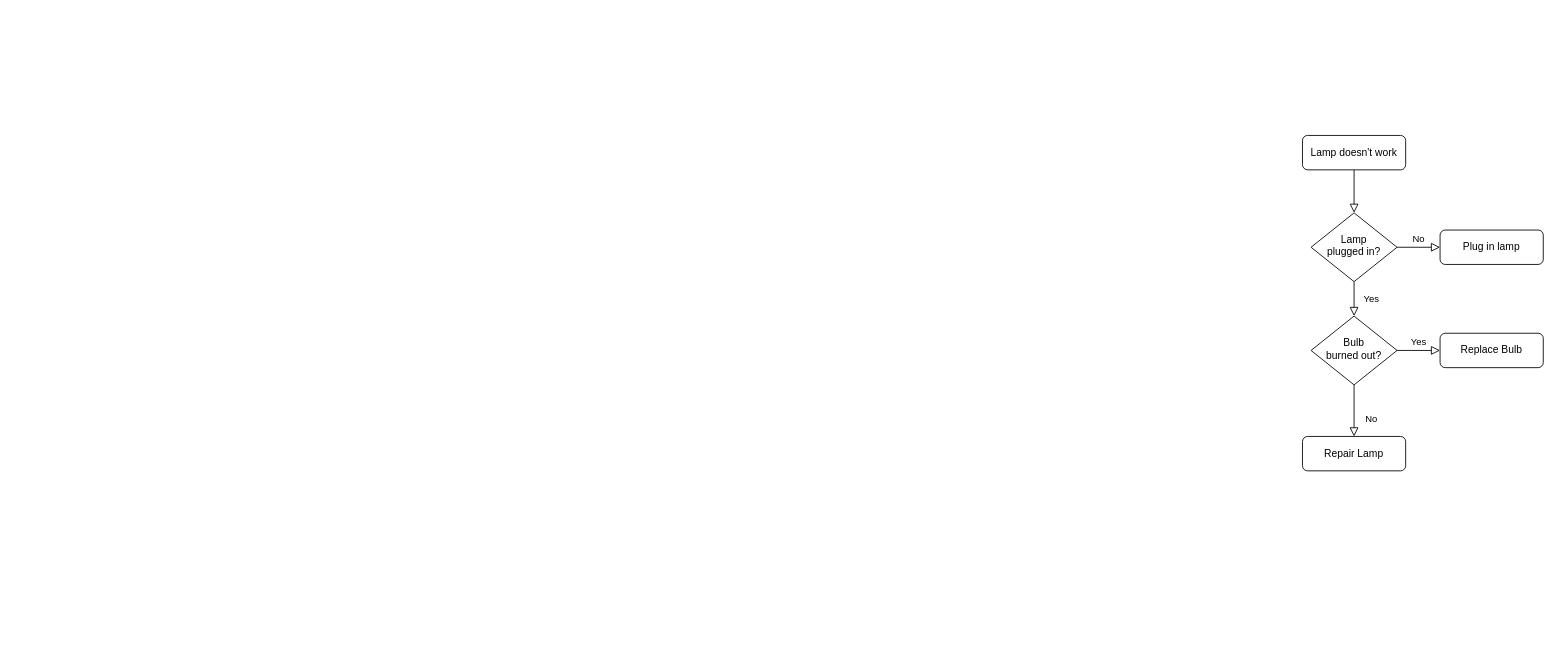
The draw.io diagram VirtuallyPrivate.drawio in 0xToxey/VirtuallyPrivate, before the edit. Source tidied: cells renumbered, new cells numbered last; positions are measured from the earlier drawing's top-left corner, leaving out a move shared by most shapes. Both pictures are drawn from the tidied source at 86%, with x=0, y=0 at pixel (1302, 135). Pictures stored in the file or linked from it are replaced by grey dashed boxes.
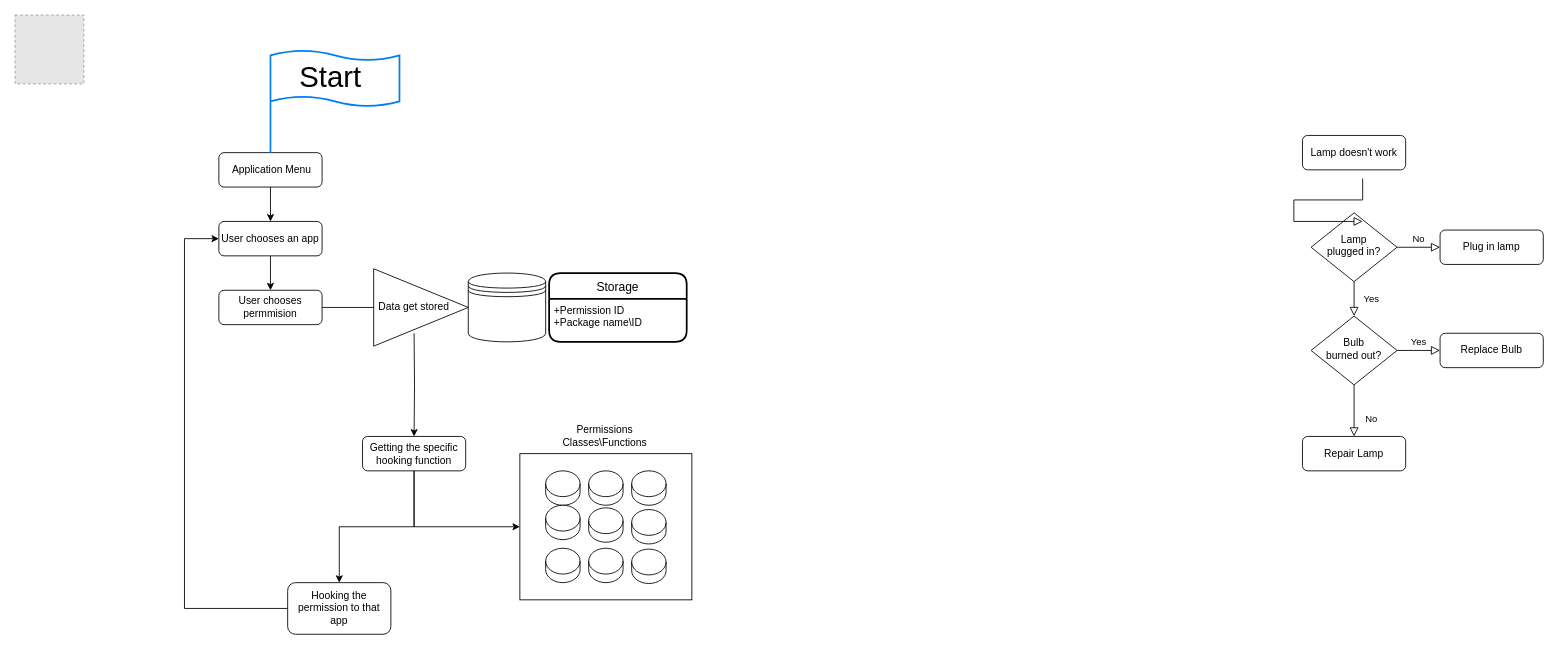
The same page after the edit.

Commit message:
Updated the Simplified FlowChart

Unchanged cells that the change refers to:
```xml
<mxCell id="3" value="Lamp doesn't work" style="rounded=1;whiteSpace=wrap;html=1;fontSize=12;glass=0;strokeWidth=1;shadow=0;" parent="1" vertex="1">
  <mxGeometry width="120" height="40" as="geometry" />
</mxCell>
<mxCell id="6" value="Lamp&lt;br&gt;plugged in?" style="rhombus;whiteSpace=wrap;html=1;shadow=0;fontFamily=Helvetica;fontSize=12;align=center;strokeWidth=1;spacing=6;spacingTop=-4;" parent="1" vertex="1">
  <mxGeometry x="10" y="90" width="100" height="80" as="geometry" />
</mxCell>
```

Change to the diagram source:
```diff
@@
-    <mxCell id="2" style="rounded=0;html=1;jettySize=auto;fontSize=11;endArrow=block;endFill=0;endSize=8;strokeWidth=1;shadow=0;labelBackgroundColor=none;edgeStyle=orthogonalEdgeStyle;" parent="1" edge="1" source="3" target="6">
-      <mxGeometry relative="1" as="geometry" />
-    </mxCell>
@@
+    <mxCell id="13" style="edgeStyle=orthogonalEdgeStyle;rounded=0;jettySize=auto;html=1;" parent="1" edge="1" source="14" target="18">
+      <mxGeometry relative="1" as="geometry" />
+    </mxCell>
+    <mxCell id="14" value="&amp;nbsp;Application Menu" style="rounded=1;whiteSpace=wrap;html=1;fontSize=12;glass=0;strokeWidth=1;shadow=0;" parent="1" vertex="1">
+      <mxGeometry x="-1260" y="20" width="120" height="40" as="geometry" />
+    </mxCell>
+    <mxCell id="15" style="fillColor=#E6E6E6;strokeColor=#999999;dashed=1;html=1;verticalAlign=top;verticalLabelPosition=bottom;labelBackgroundColor=#ffffff;" parent="1" vertex="1">
+      <mxGeometry x="-1497" y="-140" width="80" height="80" as="geometry" />
+    </mxCell>
+    <mxCell id="16" style="rounded=0;html=1;jettySize=auto;orthogonalLoop=1;fontSize=11;endArrow=block;endFill=0;endSize=8;strokeWidth=1;shadow=0;labelBackgroundColor=none;edgeStyle=orthogonalEdgeStyle;" parent="1" edge="1">
+      <mxGeometry relative="1" as="geometry">
+        <mxPoint x="70" y="50" as="sourcePoint" />
+        <mxPoint x="70" y="100" as="targetPoint" />
+        <Array as="points">
+          <mxPoint x="70" y="75" />
+          <mxPoint x="-10" y="75" />
+          <mxPoint x="-10" y="100" />
+        </Array>
+      </mxGeometry>
+    </mxCell>
+    <mxCell id="17" style="edgeStyle=orthogonalEdgeStyle;rounded=0;jettySize=auto;html=1;" parent="1" edge="1" source="18" target="19">
+      <mxGeometry relative="1" as="geometry" />
+    </mxCell>
+    <mxCell id="18" value="User chooses an app" style="whiteSpace=wrap;html=1;rounded=1;shadow=0;strokeWidth=1;glass=0;" parent="1" vertex="1">
+      <mxGeometry x="-1260" y="100" width="120" height="40" as="geometry" />
+    </mxCell>
+    <mxCell id="19" value="User chooses permmision" style="whiteSpace=wrap;html=1;rounded=1;shadow=0;strokeWidth=1;glass=0;" parent="1" vertex="1">
+      <mxGeometry x="-1260" y="180" width="120" height="40" as="geometry" />
+    </mxCell>
+    <mxCell id="20" style="group;" parent="1" vertex="1">
+      <mxGeometry x="-970" y="160" width="254" height="80" as="geometry" />
+    </mxCell>
+    <mxCell id="21" style="shape=datastore;whiteSpace=wrap;html=1;" parent="20" vertex="1">
+      <mxGeometry width="90" height="80" as="geometry" />
+    </mxCell>
+    <mxCell id="22" value="Storage" style="swimlane;horizontal=1;startSize=30;rounded=1;fontSize=14;fontStyle=0;strokeWidth=2;shadow=0;dashed=0;align=center;" parent="20" vertex="1">
+      <mxGeometry x="94" width="160" height="80" as="geometry" />
+    </mxCell>
+    <mxCell id="23" value="+Permission ID&#10;+Package name\ID&#10;" style="align=left;strokeColor=none;fillColor=none;spacingLeft=4;fontSize=12;verticalAlign=top;" parent="22" vertex="1">
+      <mxGeometry y="30" width="160" height="50" as="geometry" />
+    </mxCell>
+    <mxCell id="24" style="group;" parent="1" vertex="1">
+      <mxGeometry x="-1200" y="-103" width="150" height="123" as="geometry" />
+    </mxCell>
+    <mxCell id="25" value="&lt;h1&gt;&lt;br&gt;&lt;/h1&gt;" style="html=1;verticalLabelPosition=bottom;align=center;labelBackgroundColor=#ffffff;verticalAlign=top;strokeWidth=2;strokeColor=#0080F0;shadow=0;dashed=0;shape=mxgraph.ios7.icons.flag;" parent="24" vertex="1">
+      <mxGeometry y="3" width="150" height="120" as="geometry" />
+    </mxCell>
+    <mxCell id="26" value="Start" style="text;html=1;strokeColor=none;fillColor=none;align=center;verticalAlign=middle;whiteSpace=wrap;rounded=0;fontSize=34;" parent="24" vertex="1">
+      <mxGeometry width="140" height="70" as="geometry" />
+    </mxCell>
+    <mxCell id="27" style="triangle;whiteSpace=wrap;html=1;" parent="1" vertex="1">
+      <mxGeometry x="-1080" y="155" width="110" height="90" as="geometry" />
+    </mxCell>
+    <mxCell id="28" style="endArrow=none;html=1;exitX=1;exitY=0.5;exitDx=0;exitDy=0;entryX=0;entryY=0.5;entryDx=0;entryDy=0;" parent="1" edge="1" source="19" target="27">
+      <mxGeometry relative="1" as="geometry" />
+    </mxCell>
+    <mxCell id="29" value="Data get stored" style="text;html=1;strokeColor=none;fillColor=none;align=center;verticalAlign=middle;whiteSpace=wrap;rounded=0;" parent="1" vertex="1">
+      <mxGeometry x="-1083" y="180" width="100" height="40" as="geometry" />
+    </mxCell>
+    <mxCell id="30" style="edgeStyle=orthogonalEdgeStyle;rounded=0;jettySize=auto;html=1;" parent="1" edge="1" target="32">
+      <mxGeometry relative="1" as="geometry">
+        <mxPoint x="-1033" y="230" as="sourcePoint" />
+      </mxGeometry>
+    </mxCell>
+    <mxCell id="31" style="edgeStyle=orthogonalEdgeStyle;rounded=0;jettySize=auto;html=1;exitX=0.5;exitY=1;exitDx=0;exitDy=0;entryX=0;entryY=0.5;entryDx=0;entryDy=0;" parent="1" edge="1" source="32" target="34">
+      <mxGeometry relative="1" as="geometry" />
+    </mxCell>
+    <mxCell id="32" value="Getting the specific hooking function" style="whiteSpace=wrap;html=1;rounded=1;shadow=0;strokeWidth=1;glass=0;" parent="1" vertex="1">
+      <mxGeometry x="-1093" y="350" width="120" height="40" as="geometry" />
+    </mxCell>
+    <mxCell id="33" style="group;" parent="1" vertex="1">
+      <mxGeometry x="-910" y="330" width="200" height="210" as="geometry" />
+    </mxCell>
+    <mxCell id="34" style="rounded=0;whiteSpace=wrap;html=1;" parent="33" vertex="1">
+      <mxGeometry y="40" width="200" height="170" as="geometry" />
+    </mxCell>
+    <mxCell id="35" style="shape=cylinder3;whiteSpace=wrap;html=1;boundedLbl=1;backgroundOutline=1;size=15;" parent="33" vertex="1">
+      <mxGeometry x="30" y="60" width="40" height="40" as="geometry" />
+    </mxCell>
+    <mxCell id="36" style="shape=cylinder3;whiteSpace=wrap;html=1;boundedLbl=1;backgroundOutline=1;size=15;" parent="33" vertex="1">
+      <mxGeometry x="80" y="103" width="40" height="40" as="geometry" />
+    </mxCell>
+    <mxCell id="37" style="shape=cylinder3;whiteSpace=wrap;html=1;boundedLbl=1;backgroundOutline=1;size=15;" parent="33" vertex="1">
+      <mxGeometry x="80" y="60" width="40" height="40" as="geometry" />
+    </mxCell>
+    <mxCell id="38" style="shape=cylinder3;whiteSpace=wrap;html=1;boundedLbl=1;backgroundOutline=1;size=15;" parent="33" vertex="1">
+      <mxGeometry x="30" y="100" width="40" height="40" as="geometry" />
+    </mxCell>
+    <mxCell id="39" style="shape=cylinder3;whiteSpace=wrap;html=1;boundedLbl=1;backgroundOutline=1;size=15;" parent="33" vertex="1">
+      <mxGeometry x="80" y="150" width="40" height="40" as="geometry" />
+    </mxCell>
+    <mxCell id="40" style="shape=cylinder3;whiteSpace=wrap;html=1;boundedLbl=1;backgroundOutline=1;size=15;" parent="33" vertex="1">
+      <mxGeometry x="30" y="150" width="40" height="40" as="geometry" />
+    </mxCell>
+    <mxCell id="41" style="shape=cylinder3;whiteSpace=wrap;html=1;boundedLbl=1;backgroundOutline=1;size=15;" parent="33" vertex="1">
+      <mxGeometry x="130" y="60" width="40" height="40" as="geometry" />
+    </mxCell>
+    <mxCell id="42" style="shape=cylinder3;whiteSpace=wrap;html=1;boundedLbl=1;backgroundOutline=1;size=15;" parent="33" vertex="1">
+      <mxGeometry x="130" y="151" width="40" height="40" as="geometry" />
+    </mxCell>
+    <mxCell id="43" style="shape=cylinder3;whiteSpace=wrap;html=1;boundedLbl=1;backgroundOutline=1;size=15;" parent="33" vertex="1">
+      <mxGeometry x="130" y="105" width="40" height="40" as="geometry" />
+    </mxCell>
+    <mxCell id="44" value="Permissions Classes\Functions" style="text;html=1;strokeColor=none;fillColor=none;align=center;verticalAlign=middle;whiteSpace=wrap;rounded=0;" parent="33" vertex="1">
+      <mxGeometry x="34" width="130" height="40" as="geometry" />
+    </mxCell>
+    <mxCell id="45" style="edgeStyle=orthogonalEdgeStyle;rounded=0;jettySize=auto;html=1;exitX=0.5;exitY=1;exitDx=0;exitDy=0;" parent="1" edge="1" source="32" target="47">
+      <mxGeometry relative="1" as="geometry" />
+    </mxCell>
+    <mxCell id="46" style="edgeStyle=orthogonalEdgeStyle;rounded=0;jettySize=auto;html=1;exitX=0;exitY=0.5;exitDx=0;exitDy=0;entryX=0;entryY=0.5;entryDx=0;entryDy=0;" parent="1" edge="1" source="47" target="18">
+      <mxGeometry relative="1" as="geometry">
+        <Array as="points">
+          <mxPoint x="-1300" y="550" />
+          <mxPoint x="-1300" y="120" />
+        </Array>
+      </mxGeometry>
+    </mxCell>
+    <mxCell id="47" value="Hooking the permission to that app" style="whiteSpace=wrap;html=1;rounded=1;shadow=0;strokeWidth=1;glass=0;" parent="1" vertex="1">
+      <mxGeometry x="-1180" y="520" width="120" height="60" as="geometry" />
+    </mxCell>
```
